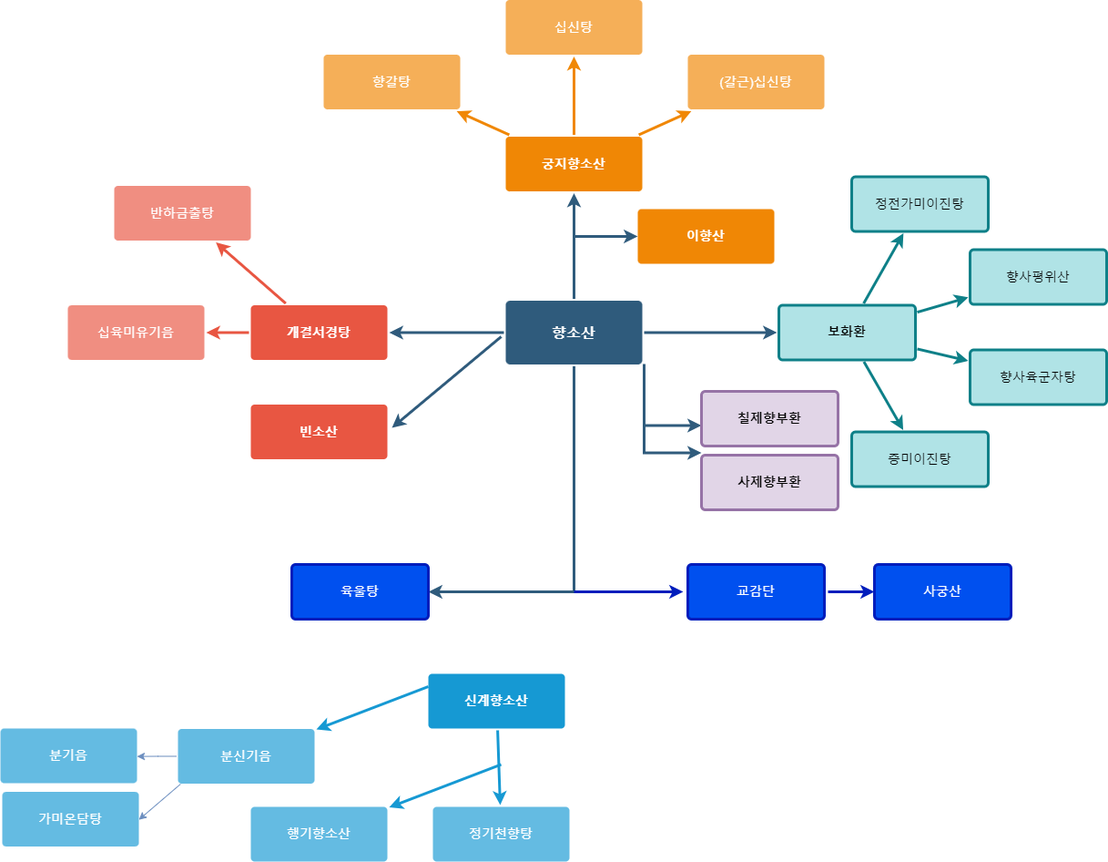
This is 향소산플로우차트.drawio.png from Jinzin71/sparta, a draw.io export, as it was before one commit. Source tidied: cells renumbered, new cells last; positions are measured from the earlier drawing's top-left corner, leaving out a move shared by most shapes.
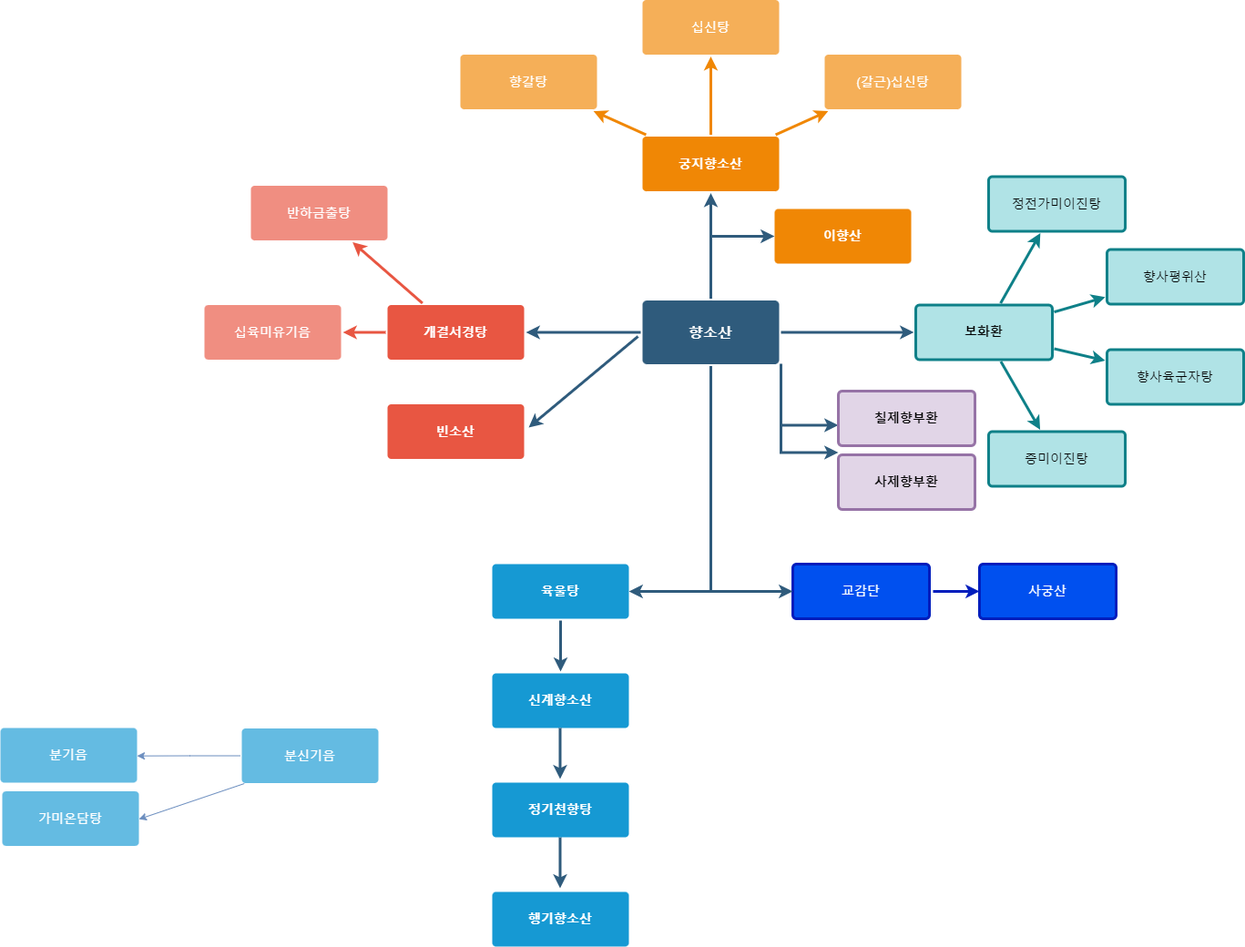
The same file after the commit.

Commit message:
향소산플로우차트.drawio.png 업데이트

Diff of the diagram source:
```diff
@@ -10,7 +10,7 @@
     </mxCell>
     <mxCell id="4" style="edgeStyle=orthogonalEdgeStyle;rounded=0;jumpStyle=none;html=1;shadow=0;labelBackgroundColor=none;startArrow=none;startFill=0;endArrow=classic;endFill=1;jettySize=auto;strokeColor=#2F5B7C;strokeWidth=3;fontFamily=Helvetica;fontSize=16;fontColor=#23445D;spacing=5;" parent="1" edge="1" source="7">
       <mxGeometry relative="1" as="geometry">
-        <mxPoint x="470" y="650" as="targetPoint" />
+        <mxPoint x="540" y="650" as="targetPoint" />
         <Array as="points">
           <mxPoint x="630" y="650" />
         </Array>
@@ -42,26 +42,12 @@
     <mxCell id="12" value="반하금출탕" style="rounded=1;whiteSpace=wrap;html=1;shadow=0;labelBackgroundColor=none;strokeColor=none;strokeWidth=3;fillColor=#f08e81;fontFamily=Helvetica;fontSize=14;fontColor=#FFFFFF;align=center;spacing=5;fontStyle=0;arcSize=7;perimeterSpacing=2;" parent="1" vertex="1">
       <mxGeometry x="125" y="204.5" width="150" height="60" as="geometry" />
     </mxCell>
-    <mxCell id="13" style="edgeStyle=none;rounded=0;jumpStyle=none;html=1;shadow=0;labelBackgroundColor=none;startArrow=none;startFill=0;endArrow=classic;endFill=1;jettySize=auto;strokeColor=#1699D3;strokeWidth=3;fontFamily=Helvetica;fontSize=14;fontColor=#FFFFFF;spacing=5;" parent="1" edge="1" target="18">
-      <mxGeometry relative="1" as="geometry">
-        <mxPoint x="550" y="839.5" as="sourcePoint" />
-      </mxGeometry>
-    </mxCell>
-    <mxCell id="14" style="edgeStyle=none;rounded=0;jumpStyle=none;html=1;shadow=0;labelBackgroundColor=none;startArrow=none;startFill=0;endArrow=classic;endFill=1;jettySize=auto;strokeColor=#1699D3;strokeWidth=3;fontFamily=Helvetica;fontSize=14;fontColor=#FFFFFF;spacing=5;" parent="1" edge="1" source="15" target="17">
-      <mxGeometry relative="1" as="geometry" />
-    </mxCell>
     <mxCell id="15" value="신계향소산" style="rounded=1;whiteSpace=wrap;html=1;shadow=0;labelBackgroundColor=none;strokeColor=none;strokeWidth=3;fillColor=#1699d3;fontFamily=Helvetica;fontSize=14;fontColor=#FFFFFF;align=center;spacing=5;fontStyle=1;arcSize=7;perimeterSpacing=2;" parent="1" vertex="1">
-      <mxGeometry x="470" y="740" width="150" height="60" as="geometry" />
+      <mxGeometry x="390" y="740" width="150" height="60" as="geometry" />
     </mxCell>
     <mxCell id="16" value="교감단" style="rounded=1;whiteSpace=wrap;html=1;shadow=0;labelBackgroundColor=none;strokeColor=#001DBC;strokeWidth=3;fillColor=#0050ef;fontFamily=Helvetica;fontSize=14;fontColor=#ffffff;align=center;spacing=5;arcSize=7;perimeterSpacing=2;" parent="1" vertex="1">
-      <mxGeometry x="755" y="620" width="150" height="60" as="geometry" />
+      <mxGeometry x="720" y="620" width="150" height="60" as="geometry" />
     </mxCell>
-    <mxCell id="17" value="정기천향탕" style="rounded=1;whiteSpace=wrap;html=1;shadow=0;labelBackgroundColor=none;strokeColor=none;strokeWidth=3;fillColor=#64bbe2;fontFamily=Helvetica;fontSize=14;fontColor=#FFFFFF;align=center;spacing=5;arcSize=7;perimeterSpacing=2;" parent="1" vertex="1">
-      <mxGeometry x="475" y="886" width="150" height="60" as="geometry" />
-    </mxCell>
-    <mxCell id="18" value="행기향소산" style="rounded=1;whiteSpace=wrap;html=1;shadow=0;labelBackgroundColor=none;strokeColor=none;strokeWidth=3;fillColor=#64bbe2;fontFamily=Helvetica;fontSize=14;fontColor=#FFFFFF;align=center;spacing=5;arcSize=7;perimeterSpacing=2;" parent="1" vertex="1">
-      <mxGeometry x="275" y="886" width="150" height="60" as="geometry" />
-    </mxCell>
     <mxCell id="19" value="궁지향소산" style="rounded=1;whiteSpace=wrap;html=1;shadow=0;labelBackgroundColor=none;strokeColor=none;strokeWidth=3;fillColor=#F08705;fontFamily=Helvetica;fontSize=14;fontColor=#FFFFFF;align=center;spacing=5;fontStyle=1;arcSize=7;perimeterSpacing=2;" parent="1" vertex="1">
       <mxGeometry x="555" y="150.5" width="150" height="60" as="geometry" />
     </mxCell>
@@ -154,45 +140,63 @@
     </mxCell>
     <mxCell id="43" style="edgeStyle=none;rounded=0;jumpStyle=none;html=1;shadow=0;labelBackgroundColor=none;startArrow=none;startFill=0;endArrow=classic;endFill=1;jettySize=auto;orthogonalLoop=1;strokeColor=#001DBC;strokeWidth=3;fontFamily=Helvetica;fontSize=14;fontColor=#FFFFFF;spacing=5;fillColor=#0050ef;" parent="1" edge="1">
       <mxGeometry relative="1" as="geometry">
-        <mxPoint x="909" y="650" as="sourcePoint" />
-        <mxPoint x="960" y="650" as="targetPoint" />
+        <mxPoint x="874" y="650" as="sourcePoint" />
+        <mxPoint x="925" y="650" as="targetPoint" />
       </mxGeometry>
     </mxCell>
     <mxCell id="44" value="사궁산" style="rounded=1;whiteSpace=wrap;html=1;shadow=0;labelBackgroundColor=none;strokeColor=#001DBC;strokeWidth=3;fillColor=#0050ef;fontFamily=Helvetica;fontSize=14;fontColor=#ffffff;align=center;spacing=5;arcSize=7;perimeterSpacing=2;" parent="1" vertex="1">
-      <mxGeometry x="960" y="620" width="150" height="60" as="geometry" />
+      <mxGeometry x="925" y="620" width="150" height="60" as="geometry" />
     </mxCell>
-    <mxCell id="45" style="edgeStyle=none;rounded=0;jumpStyle=none;html=1;shadow=0;labelBackgroundColor=none;startArrow=none;startFill=0;endArrow=classic;endFill=1;jettySize=auto;strokeColor=#1699D3;strokeWidth=3;fontFamily=Helvetica;fontSize=14;fontColor=#FFFFFF;spacing=5;" parent="1" edge="1" target="47">
-      <mxGeometry relative="1" as="geometry">
-        <mxPoint x="470" y="754" as="sourcePoint" />
-      </mxGeometry>
-    </mxCell>
     <mxCell id="46" style="edgeStyle=orthogonalEdgeStyle;rounded=0;jettySize=auto;html=1;exitX=0;exitY=0.5;exitDx=0;exitDy=0;fillColor=#dae8fc;strokeColor=#6c8ebf;" parent="1" edge="1" source="47">
       <mxGeometry relative="1" as="geometry">
-        <mxPoint x="150" y="830.7" as="targetPoint" />
+        <mxPoint y="830.7" as="targetPoint" />
       </mxGeometry>
     </mxCell>
     <mxCell id="47" value="분신기음" style="rounded=1;whiteSpace=wrap;html=1;shadow=0;labelBackgroundColor=none;strokeColor=none;strokeWidth=3;fillColor=#64bbe2;fontFamily=Helvetica;fontSize=14;fontColor=#FFFFFF;align=center;spacing=5;arcSize=7;perimeterSpacing=2;" parent="1" vertex="1">
-      <mxGeometry x="195" y="800.5" width="150" height="60" as="geometry" />
+      <mxGeometry x="115" y="800.5" width="150" height="60" as="geometry" />
     </mxCell>
-    <mxCell id="48" style="edgeStyle=none;rounded=0;jumpStyle=none;html=1;shadow=0;labelBackgroundColor=none;startArrow=none;startFill=0;endArrow=classic;endFill=1;jettySize=auto;orthogonalLoop=1;strokeColor=#001DBC;strokeWidth=3;fontFamily=Helvetica;fontSize=14;fontColor=#FFFFFF;spacing=5;fillColor=#0050ef;" parent="1" edge="1">
+    <mxCell id="48" style="edgeStyle=none;rounded=0;jumpStyle=none;html=1;shadow=0;labelBackgroundColor=none;startArrow=none;startFill=0;endArrow=classic;endFill=1;jettySize=auto;orthogonalLoop=1;strokeColor=#2F5B7C;strokeWidth=3;fontFamily=Helvetica;fontSize=14;fontColor=#FFFFFF;spacing=5;fillColor=#0050ef;" parent="1" edge="1">
       <mxGeometry relative="1" as="geometry">
         <mxPoint x="630" y="650" as="sourcePoint" />
-        <mxPoint x="750" y="650" as="targetPoint" />
+        <mxPoint x="720" y="650" as="targetPoint" />
       </mxGeometry>
     </mxCell>
-    <mxCell id="49" value="육울탕" style="rounded=1;whiteSpace=wrap;html=1;shadow=0;labelBackgroundColor=none;strokeColor=#001DBC;strokeWidth=3;fillColor=#0050ef;fontFamily=Helvetica;fontSize=14;fontColor=#ffffff;align=center;spacing=5;arcSize=7;perimeterSpacing=2;" parent="1" vertex="1">
-      <mxGeometry x="320" y="620" width="150" height="60" as="geometry" />
-    </mxCell>
     <mxCell id="50" value="분기음" style="rounded=1;whiteSpace=wrap;html=1;shadow=0;labelBackgroundColor=none;strokeColor=none;strokeWidth=3;fillColor=#64bbe2;fontFamily=Helvetica;fontSize=14;fontColor=#FFFFFF;align=center;spacing=5;arcSize=7;perimeterSpacing=2;" parent="1" vertex="1">
-      <mxGeometry y="800" width="150" height="60" as="geometry" />
+      <mxGeometry x="-150" y="800" width="150" height="60" as="geometry" />
     </mxCell>
     <mxCell id="51" style="rounded=0;jettySize=auto;html=1;exitX=0.031;exitY=0.977;exitDx=0;exitDy=0;fillColor=#dae8fc;strokeColor=#6c8ebf;exitPerimeter=0;" parent="1" edge="1" source="47">
       <mxGeometry relative="1" as="geometry">
-        <mxPoint x="152" y="900.2" as="targetPoint" />
+        <mxPoint x="2" y="900.2" as="targetPoint" />
       </mxGeometry>
     </mxCell>
     <mxCell id="52" value="가미온담탕" style="rounded=1;whiteSpace=wrap;html=1;shadow=0;labelBackgroundColor=none;strokeColor=none;strokeWidth=3;fillColor=#64bbe2;fontFamily=Helvetica;fontSize=14;fontColor=#FFFFFF;align=center;spacing=5;arcSize=7;perimeterSpacing=2;" parent="1" vertex="1">
-      <mxGeometry x="2" y="869.5" width="150" height="60" as="geometry" />
+      <mxGeometry x="-148" y="869.5" width="150" height="60" as="geometry" />
     </mxCell>
+    <mxCell id="53" style="edgeStyle=none;rounded=0;jumpStyle=none;html=1;shadow=0;labelBackgroundColor=none;startArrow=none;startFill=0;endArrow=classic;endFill=1;jettySize=auto;strokeColor=#2F5B7C;strokeWidth=3;fontFamily=Helvetica;fontSize=14;fontColor=#FFFFFF;spacing=5;fillColor=#0050ef;entryX=0.5;entryY=0;entryDx=0;entryDy=0;exitX=0.5;exitY=1;exitDx=0;exitDy=0;" parent="1" edge="1" target="15">
+      <mxGeometry relative="1" as="geometry">
+        <mxPoint x="465" y="682" as="sourcePoint" />
+      </mxGeometry>
+    </mxCell>
+    <mxCell id="54" style="edgeStyle=none;rounded=0;jumpStyle=none;html=1;shadow=0;labelBackgroundColor=none;startArrow=none;startFill=0;endArrow=classic;endFill=1;jettySize=auto;orthogonalLoop=1;strokeColor=#2F5B7C;strokeWidth=3;fontFamily=Helvetica;fontSize=14;fontColor=#FFFFFF;spacing=5;fillColor=#0050ef;entryX=0.5;entryY=0;entryDx=0;entryDy=0;exitX=0.5;exitY=1;exitDx=0;exitDy=0;" parent="1" edge="1">
+      <mxGeometry relative="1" as="geometry">
+        <mxPoint x="464.5" y="800" as="sourcePoint" />
+        <mxPoint x="464.5" y="856" as="targetPoint" />
+      </mxGeometry>
+    </mxCell>
+    <mxCell id="49" value="육울탕" style="rounded=1;whiteSpace=wrap;html=1;shadow=0;labelBackgroundColor=none;strokeColor=none;strokeWidth=3;fillColor=#1699d3;fontFamily=Helvetica;fontSize=14;fontColor=#FFFFFF;align=center;spacing=5;fontStyle=1;arcSize=7;perimeterSpacing=2;" parent="1" vertex="1">
+      <mxGeometry x="390" y="620" width="150" height="60" as="geometry" />
+    </mxCell>
+    <mxCell id="55" style="edgeStyle=none;rounded=0;jumpStyle=none;html=1;shadow=0;labelBackgroundColor=none;startArrow=none;startFill=0;endArrow=classic;endFill=1;jettySize=auto;orthogonalLoop=1;strokeColor=#2F5B7C;strokeWidth=3;fontFamily=Helvetica;fontSize=14;fontColor=#FFFFFF;spacing=5;fillColor=#0050ef;entryX=0.5;entryY=0;entryDx=0;entryDy=0;exitX=0.5;exitY=1;exitDx=0;exitDy=0;" parent="1" edge="1">
+      <mxGeometry relative="1" as="geometry">
+        <mxPoint x="464.5" y="920" as="sourcePoint" />
+        <mxPoint x="464.5" y="976" as="targetPoint" />
+      </mxGeometry>
+    </mxCell>
+    <mxCell id="18" value="행기향소산" style="rounded=1;whiteSpace=wrap;html=1;shadow=0;labelBackgroundColor=none;strokeColor=none;strokeWidth=3;fillColor=#1699d3;fontFamily=Helvetica;fontSize=14;fontColor=#FFFFFF;align=center;spacing=5;fontStyle=1;arcSize=7;perimeterSpacing=2;" parent="1" vertex="1">
+      <mxGeometry x="390" y="980" width="150" height="60" as="geometry" />
+    </mxCell>
+    <mxCell id="17" value="정기천향탕" style="rounded=1;whiteSpace=wrap;html=1;shadow=0;labelBackgroundColor=none;strokeColor=none;strokeWidth=3;fillColor=#1699d3;fontFamily=Helvetica;fontSize=14;fontColor=#FFFFFF;align=center;spacing=5;fontStyle=1;arcSize=7;perimeterSpacing=2;" parent="1" vertex="1">
+      <mxGeometry x="390" y="860" width="150" height="60" as="geometry" />
+    </mxCell>
   </root>
 </mxGraphModel>
```
